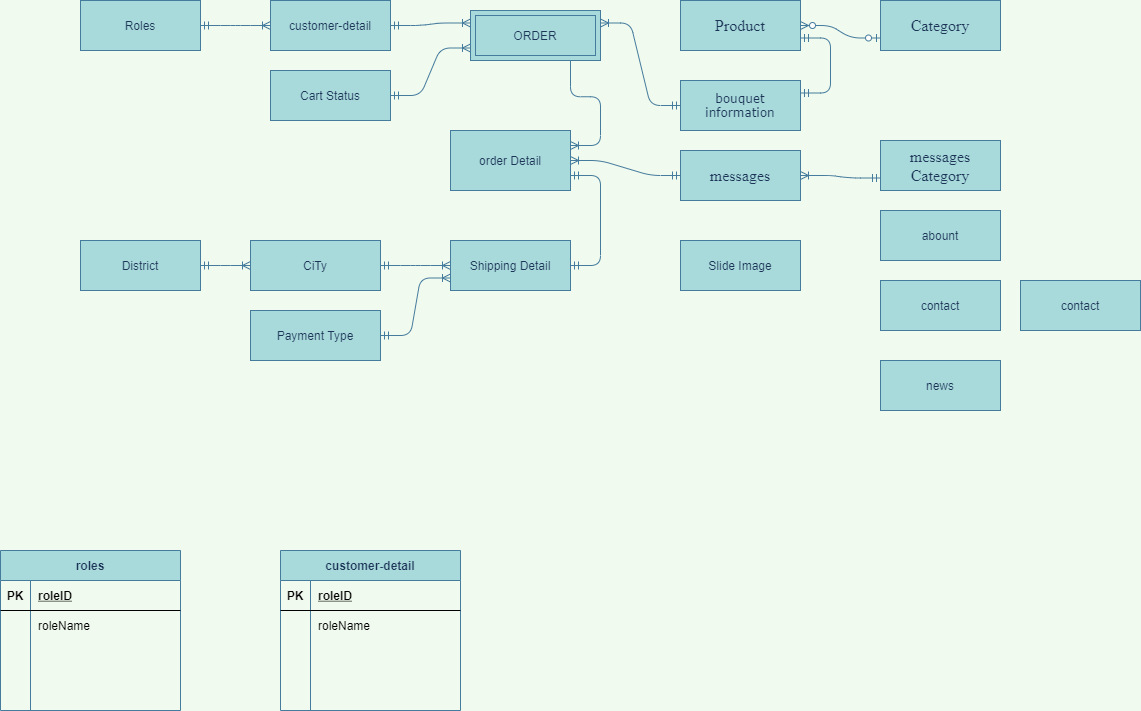
Earlier version of the draw.io export Untitled Diagram.png (maialino123/Eproject-SEM3). Source tidied: cells renumbered, new cells last; positions are measured from the earlier drawing's top-left corner, leaving out a move shared by most shapes.
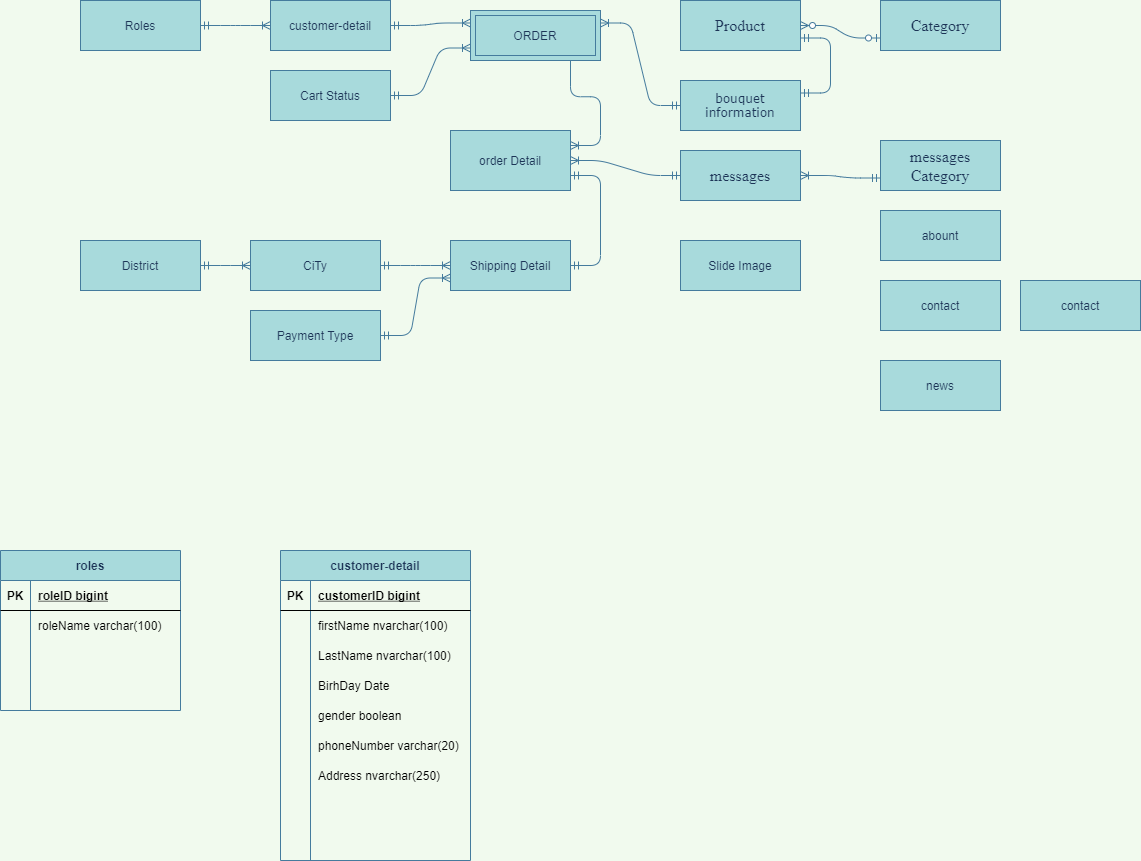
After the change.

What changed in the source:
```diff
@@ -107,7 +107,7 @@
     <mxCell id="36" value="PK" style="shape=partialRectangle;fillColor=none;top=0;left=0;bottom=0;right=0;fontStyle=1;overflow=hidden;" parent="35" vertex="1">
       <mxGeometry width="30" height="30" as="geometry" />
     </mxCell>
-    <mxCell id="37" value="roleID" style="shape=partialRectangle;fillColor=none;top=0;left=0;bottom=0;right=0;align=left;spacingLeft=6;fontStyle=5;overflow=hidden;" parent="35" vertex="1">
+    <mxCell id="37" value="roleID bigint" style="shape=partialRectangle;fillColor=none;top=0;left=0;bottom=0;right=0;align=left;spacingLeft=6;fontStyle=5;overflow=hidden;" parent="35" vertex="1">
       <mxGeometry x="30" width="150" height="30" as="geometry" />
     </mxCell>
     <mxCell id="38" style="shape=partialRectangle;fillColor=none;top=0;left=0;bottom=0;right=0;" parent="34" vertex="1">
@@ -116,7 +116,7 @@
     <mxCell id="39" style="shape=partialRectangle;fillColor=none;top=0;left=0;bottom=0;right=0;overflow=hidden;" parent="38" vertex="1">
       <mxGeometry width="30" height="30" as="geometry" />
     </mxCell>
-    <mxCell id="40" value="roleName" style="shape=partialRectangle;fillColor=none;top=0;left=0;bottom=0;right=0;align=left;spacingLeft=6;overflow=hidden;" parent="38" vertex="1">
+    <mxCell id="40" value="roleName varchar(100)" style="shape=partialRectangle;fillColor=none;top=0;left=0;bottom=0;right=0;align=left;spacingLeft=6;overflow=hidden;" parent="38" vertex="1">
       <mxGeometry x="30" width="150" height="30" as="geometry" />
     </mxCell>
     <mxCell id="41" style="shape=partialRectangle;fillColor=none;top=0;left=0;bottom=0;right=0;" parent="34" vertex="1">
@@ -138,43 +138,70 @@
       <mxGeometry x="30" width="150" height="30" as="geometry" />
     </mxCell>
     <mxCell id="47" value="customer-detail" style="shape=table;startSize=30;rowLines=0;fontStyle=1;align=center;rounded=0;sketch=0;fontColor=#1D3557;strokeColor=#457B9D;fillColor=#A8DADC;" parent="1" vertex="1">
-      <mxGeometry x="280" y="550" width="180" height="160" as="geometry" />
+      <mxGeometry x="280" y="550" width="190" height="310" as="geometry" />
     </mxCell>
     <mxCell id="48" style="shape=partialRectangle;fillColor=none;top=0;left=0;bottom=1;right=0;" parent="47" vertex="1">
-      <mxGeometry y="30" width="180" height="30" as="geometry" />
+      <mxGeometry y="30" width="190" height="30" as="geometry" />
     </mxCell>
     <mxCell id="49" value="PK" style="shape=partialRectangle;fillColor=none;top=0;left=0;bottom=0;right=0;fontStyle=1;overflow=hidden;" parent="48" vertex="1">
       <mxGeometry width="30" height="30" as="geometry" />
     </mxCell>
-    <mxCell id="50" value="roleID" style="shape=partialRectangle;fillColor=none;top=0;left=0;bottom=0;right=0;align=left;spacingLeft=6;fontStyle=5;overflow=hidden;" parent="48" vertex="1">
-      <mxGeometry x="30" width="150" height="30" as="geometry" />
+    <mxCell id="50" value="customerID bigint" style="shape=partialRectangle;fillColor=none;top=0;left=0;bottom=0;right=0;align=left;spacingLeft=6;fontStyle=5;overflow=hidden;" parent="48" vertex="1">
+      <mxGeometry x="30" width="160" height="30" as="geometry" />
     </mxCell>
     <mxCell id="51" style="shape=partialRectangle;fillColor=none;top=0;left=0;bottom=0;right=0;" parent="47" vertex="1">
-      <mxGeometry y="60" width="180" height="30" as="geometry" />
+      <mxGeometry y="60" width="190" height="30" as="geometry" />
     </mxCell>
     <mxCell id="52" style="shape=partialRectangle;fillColor=none;top=0;left=0;bottom=0;right=0;overflow=hidden;" parent="51" vertex="1">
       <mxGeometry width="30" height="30" as="geometry" />
     </mxCell>
-    <mxCell id="53" value="roleName" style="shape=partialRectangle;fillColor=none;top=0;left=0;bottom=0;right=0;align=left;spacingLeft=6;overflow=hidden;" parent="51" vertex="1">
-      <mxGeometry x="30" width="150" height="30" as="geometry" />
+    <mxCell id="53" value="firstName nvarchar(100)" style="shape=partialRectangle;fillColor=none;top=0;left=0;bottom=0;right=0;align=left;spacingLeft=6;overflow=hidden;" parent="51" vertex="1">
+      <mxGeometry x="30" width="160" height="30" as="geometry" />
     </mxCell>
     <mxCell id="54" style="shape=partialRectangle;fillColor=none;top=0;left=0;bottom=0;right=0;" parent="47" vertex="1">
-      <mxGeometry y="90" width="180" height="30" as="geometry" />
+      <mxGeometry y="90" width="190" height="30" as="geometry" />
     </mxCell>
     <mxCell id="55" style="shape=partialRectangle;fillColor=none;top=0;left=0;bottom=0;right=0;overflow=hidden;" parent="54" vertex="1">
       <mxGeometry width="30" height="30" as="geometry" />
     </mxCell>
-    <mxCell id="56" style="shape=partialRectangle;fillColor=none;top=0;left=0;bottom=0;right=0;align=left;spacingLeft=6;overflow=hidden;" parent="54" vertex="1">
-      <mxGeometry x="30" width="150" height="30" as="geometry" />
+    <mxCell id="56" value="LastName nvarchar(100)" style="shape=partialRectangle;fillColor=none;top=0;left=0;bottom=0;right=0;align=left;spacingLeft=6;overflow=hidden;" parent="54" vertex="1">
+      <mxGeometry x="30" width="160" height="30" as="geometry" />
     </mxCell>
     <mxCell id="57" style="shape=partialRectangle;fillColor=none;top=0;left=0;bottom=0;right=0;" parent="47" vertex="1">
-      <mxGeometry y="120" width="180" height="30" as="geometry" />
+      <mxGeometry y="120" width="190" height="30" as="geometry" />
     </mxCell>
     <mxCell id="58" style="shape=partialRectangle;fillColor=none;top=0;left=0;bottom=0;right=0;overflow=hidden;" parent="57" vertex="1">
       <mxGeometry width="30" height="30" as="geometry" />
     </mxCell>
-    <mxCell id="59" style="shape=partialRectangle;fillColor=none;top=0;left=0;bottom=0;right=0;align=left;spacingLeft=6;overflow=hidden;" parent="57" vertex="1">
-      <mxGeometry x="30" width="150" height="30" as="geometry" />
+    <mxCell id="59" value="BirhDay Date" style="shape=partialRectangle;fillColor=none;top=0;left=0;bottom=0;right=0;align=left;spacingLeft=6;overflow=hidden;" parent="57" vertex="1">
+      <mxGeometry x="30" width="160" height="30" as="geometry" />
     </mxCell>
+    <mxCell id="60" style="shape=partialRectangle;fillColor=none;top=0;left=0;bottom=0;right=0;" parent="47" vertex="1">
+      <mxGeometry y="150" width="190" height="30" as="geometry" />
+    </mxCell>
+    <mxCell id="61" style="shape=partialRectangle;fillColor=none;top=0;left=0;bottom=0;right=0;overflow=hidden;" parent="60" vertex="1">
+      <mxGeometry width="30" height="30" as="geometry" />
+    </mxCell>
+    <mxCell id="62" value="gender boolean" style="shape=partialRectangle;fillColor=none;top=0;left=0;bottom=0;right=0;align=left;spacingLeft=6;overflow=hidden;" parent="60" vertex="1">
+      <mxGeometry x="30" width="160" height="30" as="geometry" />
+    </mxCell>
+    <mxCell id="63" style="shape=partialRectangle;fillColor=none;top=0;left=0;bottom=0;right=0;" parent="47" vertex="1">
+      <mxGeometry y="180" width="190" height="30" as="geometry" />
+    </mxCell>
+    <mxCell id="64" style="shape=partialRectangle;fillColor=none;top=0;left=0;bottom=0;right=0;overflow=hidden;" parent="63" vertex="1">
+      <mxGeometry width="30" height="30" as="geometry" />
+    </mxCell>
+    <mxCell id="65" value="phoneNumber varchar(20)" style="shape=partialRectangle;fillColor=none;top=0;left=0;bottom=0;right=0;align=left;spacingLeft=6;overflow=hidden;" parent="63" vertex="1">
+      <mxGeometry x="30" width="160" height="30" as="geometry" />
+    </mxCell>
+    <mxCell id="66" style="shape=partialRectangle;fillColor=none;top=0;left=0;bottom=0;right=0;" parent="47" vertex="1">
+      <mxGeometry y="210" width="190" height="30" as="geometry" />
+    </mxCell>
+    <mxCell id="67" style="shape=partialRectangle;fillColor=none;top=0;left=0;bottom=0;right=0;overflow=hidden;" parent="66" vertex="1">
+      <mxGeometry width="30" height="30" as="geometry" />
+    </mxCell>
+    <mxCell id="68" value="Address nvarchar(250)" style="shape=partialRectangle;fillColor=none;top=0;left=0;bottom=0;right=0;align=left;spacingLeft=6;overflow=hidden;" parent="66" vertex="1">
+      <mxGeometry x="30" width="160" height="30" as="geometry" />
+    </mxCell>
   </root>
 </mxGraphModel>
```
